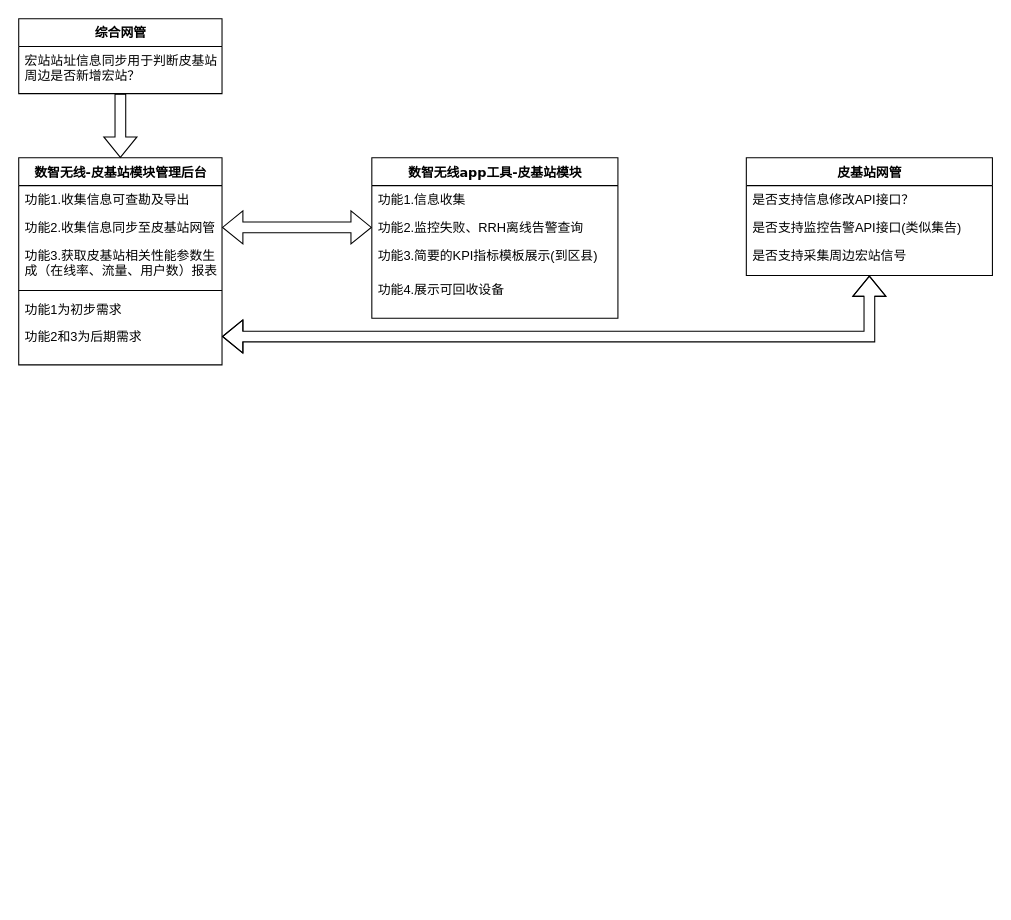
Before: 数值无线皮基站模块.drawio in LJGxuyaohui/diagrams-fig, a draw.io diagram. Source tidied: cells renumbered, new cells numbered last; positions are measured from the earlier drawing's top-left corner, leaving out a move shared by most shapes. Both pictures are drawn from the tidied source at 107%, with x=0, y=0 at pixel (18, 18).
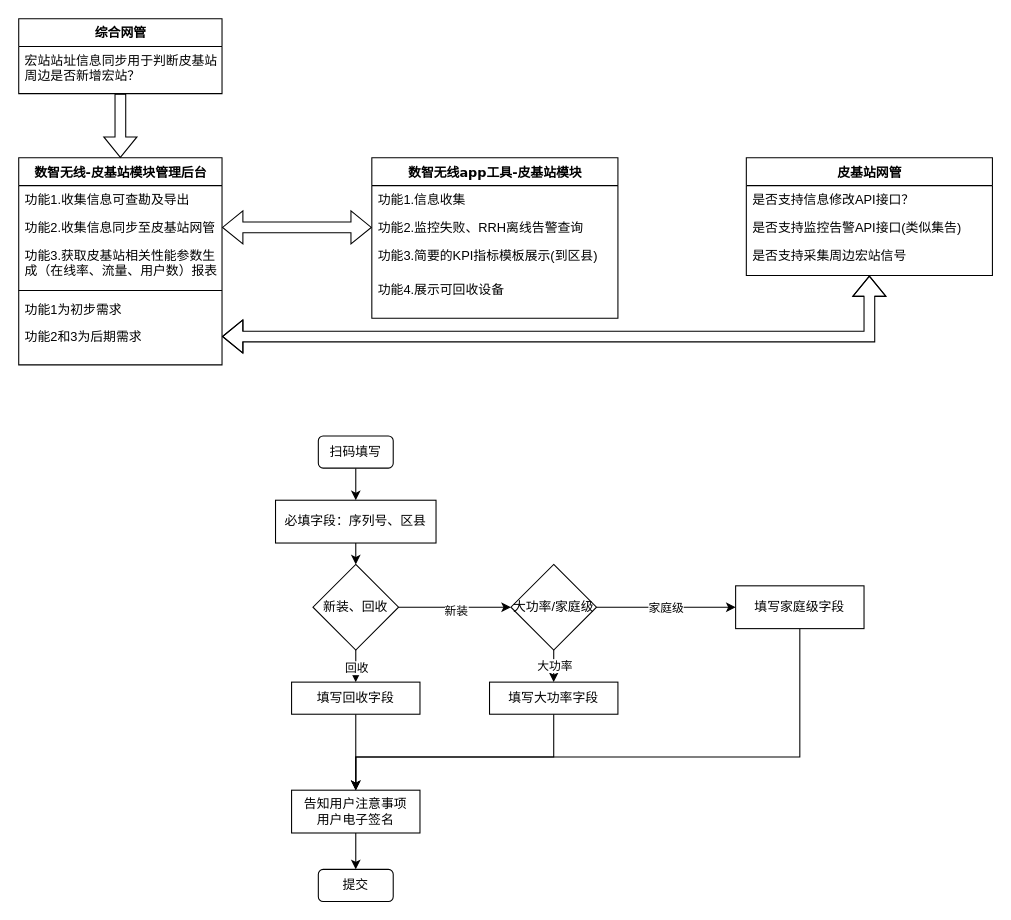
After the change.

Commit message:
更新数值无线皮基站模块.drawio

Change to the diagram source:
```diff
@@
+    <mxCell id="23" style="edgeStyle=orthogonalEdgeStyle;rounded=0;jettySize=auto;html=1;exitX=0.5;exitY=1;exitDx=0;exitDy=0;entryX=0.5;entryY=0;entryDx=0;entryDy=0;" parent="1" edge="1" source="24" target="26">
+      <mxGeometry relative="1" as="geometry" />
+    </mxCell>
+    <mxCell id="24" value="扫码填写" style="rounded=1;whiteSpace=wrap;html=1;" parent="1" vertex="1">
+      <mxGeometry x="280" y="390" width="70" height="30" as="geometry" />
+    </mxCell>
+    <mxCell id="25" style="edgeStyle=orthogonalEdgeStyle;rounded=0;jettySize=auto;html=1;exitX=0.5;exitY=1;exitDx=0;exitDy=0;entryX=0.5;entryY=0;entryDx=0;entryDy=0;" parent="1" edge="1" source="26" target="31">
+      <mxGeometry relative="1" as="geometry" />
+    </mxCell>
+    <mxCell id="26" value="必填字段：序列号、区县" style="rounded=0;whiteSpace=wrap;html=1;" parent="1" vertex="1">
+      <mxGeometry x="240" y="450" width="150" height="40" as="geometry" />
+    </mxCell>
+    <mxCell id="27" style="edgeStyle=orthogonalEdgeStyle;rounded=0;jettySize=auto;html=1;exitX=0.5;exitY=1;exitDx=0;exitDy=0;entryX=0.5;entryY=0;entryDx=0;entryDy=0;" parent="1" edge="1" source="31" target="33">
+      <mxGeometry relative="1" as="geometry" />
+    </mxCell>
+    <mxCell id="28" value="回收" style="edgeLabel;html=1;align=center;verticalAlign=middle;" parent="27" vertex="1">
+      <mxGeometry x="0.07" relative="1" as="geometry" />
+    </mxCell>
+    <mxCell id="29" style="edgeStyle=orthogonalEdgeStyle;rounded=0;jettySize=auto;html=1;exitX=1;exitY=0.5;exitDx=0;exitDy=0;entryX=0;entryY=0.5;entryDx=0;entryDy=0;" parent="1" edge="1" source="31" target="38">
+      <mxGeometry relative="1" as="geometry" />
+    </mxCell>
+    <mxCell id="30" value="新装" style="edgeLabel;html=1;align=center;verticalAlign=middle;" parent="29" vertex="1">
+      <mxGeometry x="0.01" y="-3" relative="1" as="geometry" />
+    </mxCell>
+    <mxCell id="31" value="新装、回收" style="rhombus;whiteSpace=wrap;html=1;" parent="1" vertex="1">
+      <mxGeometry x="275" y="510" width="80" height="80" as="geometry" />
+    </mxCell>
+    <mxCell id="32" style="edgeStyle=orthogonalEdgeStyle;rounded=0;jettySize=auto;html=1;exitX=0.5;exitY=1;exitDx=0;exitDy=0;" parent="1" edge="1" source="33" target="44">
+      <mxGeometry relative="1" as="geometry" />
+    </mxCell>
+    <mxCell id="33" value="填写回收字段" style="rounded=0;whiteSpace=wrap;html=1;" parent="1" vertex="1">
+      <mxGeometry x="255" y="620" width="120" height="30" as="geometry" />
+    </mxCell>
+    <mxCell id="34" style="edgeStyle=orthogonalEdgeStyle;rounded=0;jettySize=auto;html=1;exitX=0.5;exitY=1;exitDx=0;exitDy=0;entryX=0.5;entryY=0;entryDx=0;entryDy=0;" parent="1" edge="1" source="38" target="42">
+      <mxGeometry relative="1" as="geometry" />
+    </mxCell>
+    <mxCell id="35" value="大功率" style="edgeLabel;html=1;align=center;verticalAlign=middle;" parent="34" vertex="1">
+      <mxGeometry x="-0.1" relative="1" as="geometry" />
+    </mxCell>
+    <mxCell id="36" style="edgeStyle=orthogonalEdgeStyle;rounded=0;jettySize=auto;html=1;exitX=1;exitY=0.5;exitDx=0;exitDy=0;entryX=0;entryY=0.5;entryDx=0;entryDy=0;" parent="1" edge="1" source="38" target="40">
+      <mxGeometry relative="1" as="geometry" />
+    </mxCell>
+    <mxCell id="37" value="家庭级" style="edgeLabel;html=1;align=center;verticalAlign=middle;" parent="36" vertex="1">
+      <mxGeometry x="-0.02" relative="1" as="geometry" />
+    </mxCell>
+    <mxCell id="38" value="大功率/家庭级" style="rhombus;whiteSpace=wrap;html=1;" parent="1" vertex="1">
+      <mxGeometry x="460" y="510" width="80" height="80" as="geometry" />
+    </mxCell>
+    <mxCell id="39" style="edgeStyle=orthogonalEdgeStyle;rounded=0;jettySize=auto;html=1;exitX=0.5;exitY=1;exitDx=0;exitDy=0;entryX=0.5;entryY=0;entryDx=0;entryDy=0;" parent="1" edge="1" source="40" target="44">
+      <mxGeometry relative="1" as="geometry">
+        <Array as="points">
+          <mxPoint x="730" y="690" />
+          <mxPoint x="315" y="690" />
+        </Array>
+      </mxGeometry>
+    </mxCell>
+    <mxCell id="40" value="填写家庭级字段" style="rounded=0;whiteSpace=wrap;html=1;" parent="1" vertex="1">
+      <mxGeometry x="670" y="530" width="120" height="40" as="geometry" />
+    </mxCell>
+    <mxCell id="41" style="edgeStyle=orthogonalEdgeStyle;rounded=0;jettySize=auto;html=1;exitX=0.5;exitY=1;exitDx=0;exitDy=0;entryX=0.5;entryY=0;entryDx=0;entryDy=0;" parent="1" edge="1" source="42" target="44">
+      <mxGeometry relative="1" as="geometry">
+        <Array as="points">
+          <mxPoint x="500" y="690" />
+          <mxPoint x="315" y="690" />
+        </Array>
+      </mxGeometry>
+    </mxCell>
+    <mxCell id="42" value="填写大功率字段" style="rounded=0;whiteSpace=wrap;html=1;" parent="1" vertex="1">
+      <mxGeometry x="440" y="620" width="120" height="30" as="geometry" />
+    </mxCell>
+    <mxCell id="43" style="edgeStyle=orthogonalEdgeStyle;rounded=0;jettySize=auto;html=1;exitX=0.5;exitY=1;exitDx=0;exitDy=0;" parent="1" edge="1" source="44" target="45">
+      <mxGeometry relative="1" as="geometry" />
+    </mxCell>
+    <mxCell id="44" value="告知用户注意事项&lt;br&gt;用户电子签名" style="rounded=0;whiteSpace=wrap;html=1;" parent="1" vertex="1">
+      <mxGeometry x="255" y="721" width="120" height="40" as="geometry" />
+    </mxCell>
+    <mxCell id="45" value="提交" style="rounded=1;whiteSpace=wrap;html=1;" parent="1" vertex="1">
+      <mxGeometry x="280" y="795" width="70" height="30" as="geometry" />
+    </mxCell>
```
